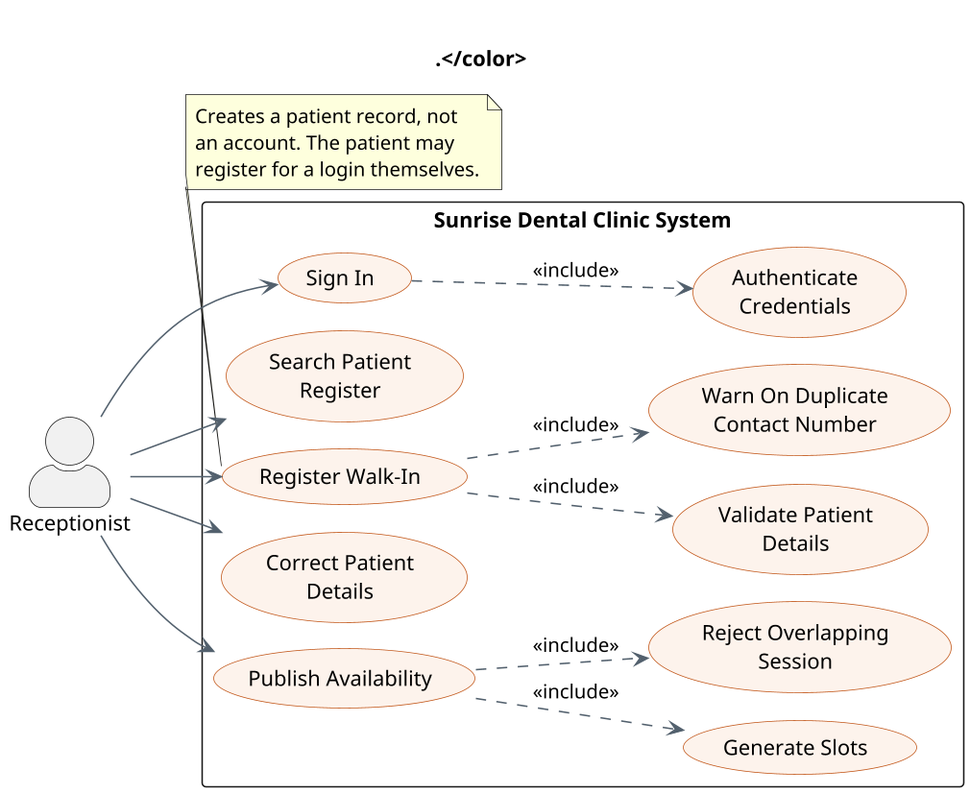
Before: modular/docs/use-case/use_case_reception_register.png, a diagram exported from PlantUML (ShakyaRanasinghe/sunrise-dental-clinic). The source it was exported from:
```plantuml
@startuml use_case_reception_register
!pragma layout smetana
skinparam dpi 150
skinparam backgroundColor #FFFFFF
skinparam shadowing false
skinparam packageStyle rectangle
skinparam actorStyle awesome
skinparam nodesep 18
skinparam ranksep 70
skinparam usecase {
  BackgroundColor #FDF3EC
  BorderColor #C2571A
  ArrowColor #52606D
}

left to right direction
title <color:#FFFFFF>.\n.</color>

actor "Receptionist" as RC

rectangle "Sunrise Dental Clinic System" {
  usecase "Sign In" as UC_LOGIN
  usecase "Authenticate\nCredentials" as UC_AUTH
  usecase "Search Patient\nRegister" as UC_SEARCH
  usecase "Register Walk-In" as UC_WALKIN
  usecase "Validate Patient\nDetails" as UC_VPAT
  usecase "Warn On Duplicate\nContact Number" as UC_DUP
  usecase "Correct Patient\nDetails" as UC_FIX
  usecase "Publish Availability" as UC_PUB
  usecase "Generate Slots" as UC_GEN
  usecase "Reject Overlapping\nSession" as UC_OVER
}

RC --> UC_LOGIN
RC --> UC_SEARCH
RC --> UC_WALKIN
RC --> UC_FIX
RC --> UC_PUB

UC_LOGIN  ..> UC_AUTH : <<include>>
UC_WALKIN ..> UC_VPAT : <<include>>
UC_WALKIN ..> UC_DUP  : <<include>>
UC_PUB    ..> UC_GEN  : <<include>>
UC_PUB    ..> UC_OVER : <<include>>

note bottom of UC_WALKIN
  Creates a patient record, not
  an account. The patient may
  register for a login themselves.
end note
@enduml
```
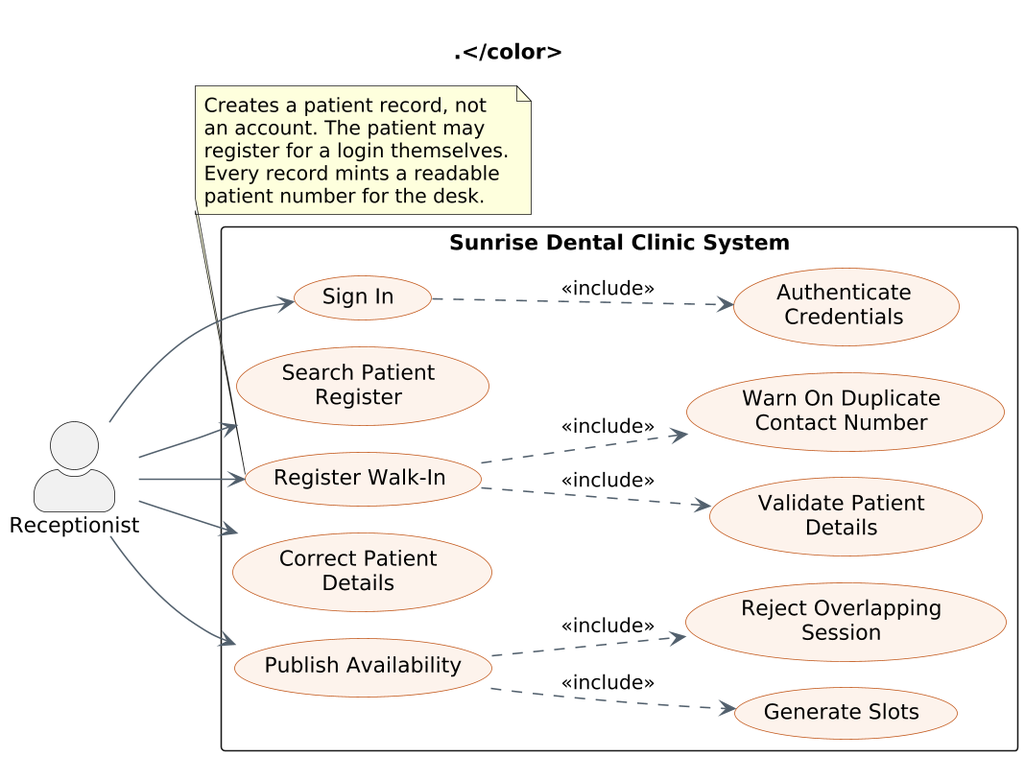
After the change.

Change to the diagram source:
```diff
@@ -47,5 +47,7 @@
   Creates a patient record, not
   an account. The patient may
   register for a login themselves.
+  Every record mints a readable
+  patient number for the desk.
 end note
 @enduml
```
